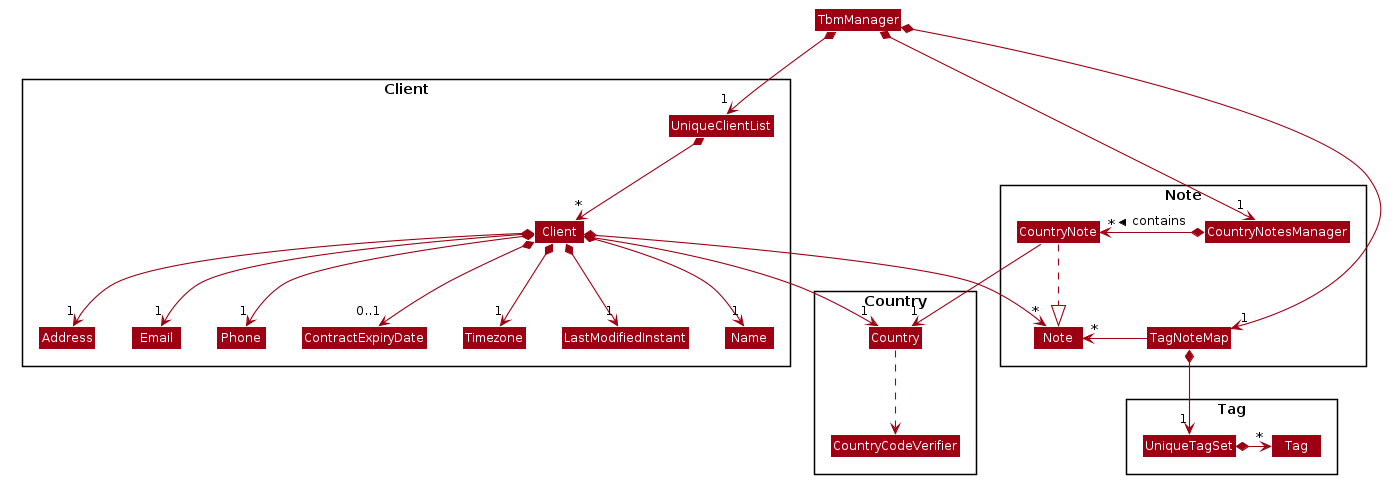
Above: docs/images/InnerWorkings.png in rtshkmr/tp (PlantUML), before the change.
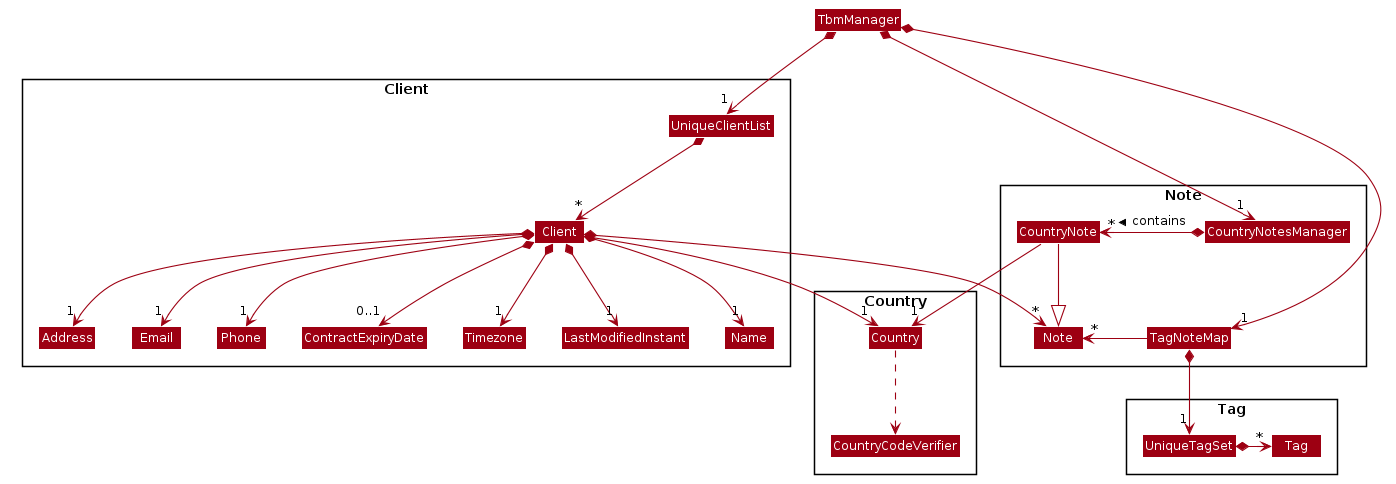
The same diagram one commit later.

Commit message:
Generate PNG images for PlantUML diagrams

Diff of the diagram source:
```diff
@@ -101,7 +101,7 @@
 
 CountryNotesManager *-left->"*" CountryNote : contains >
 CountryNote -->"1" Country
-CountryNote ..|> Note
+CountryNote --|> Note
 UniqueTagSet *->"*" Tag
 TagNoteMap ->"*" Note
 TagNoteMap *-->"1" UniqueTagSet
```
